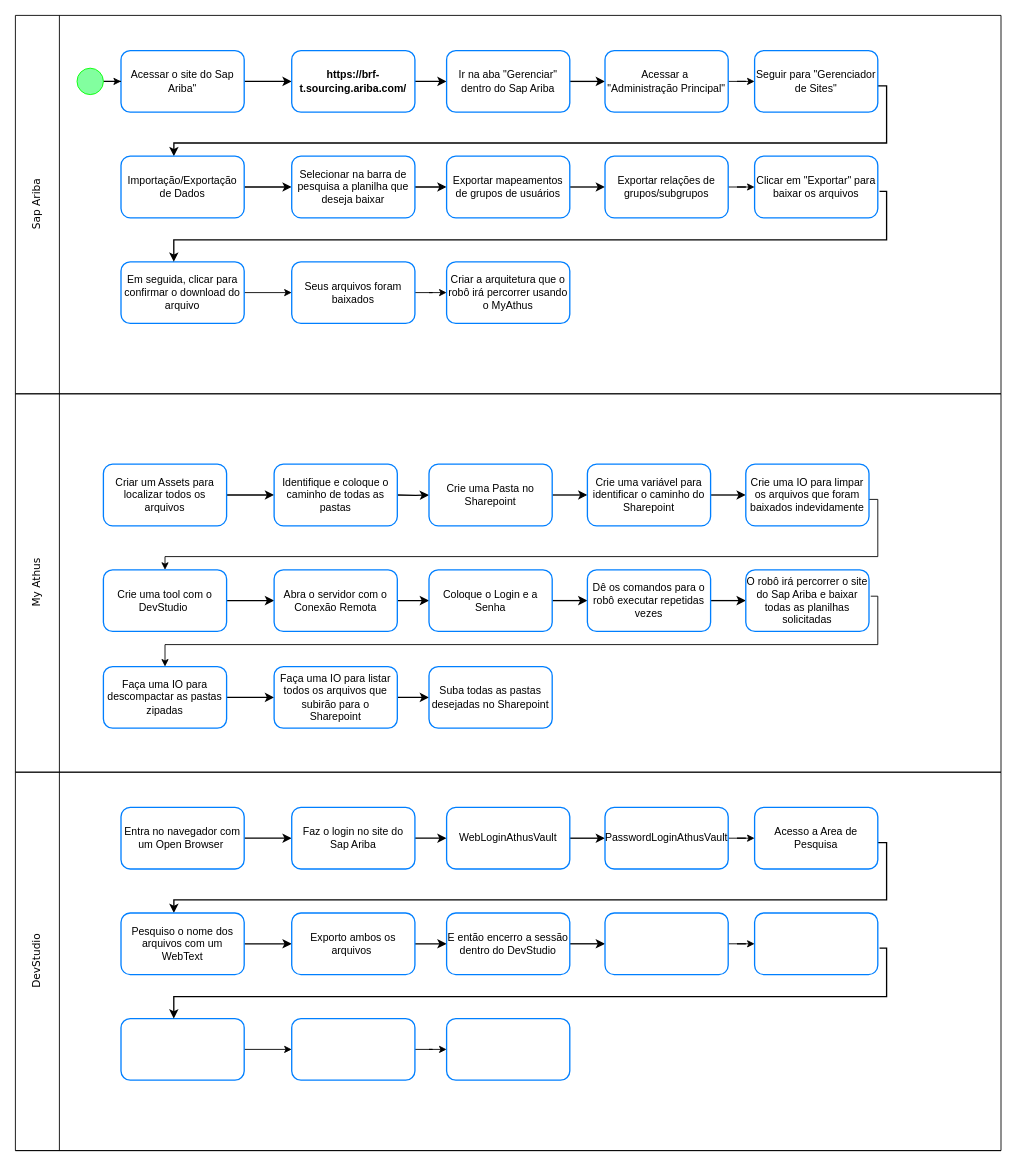
leopartika/Meus-Projetos keeps this draw.io diagram as Diagrama detalhado - RCT087.drawio. Above is the earlier version. Source tidied: cells renumbered, new cells numbered last; positions are measured from the earlier drawing's top-left corner, leaving out a move shared by most shapes. Both pictures are drawn from the tidied source at 88%, with x=0, y=0 at pixel (-3, 15).
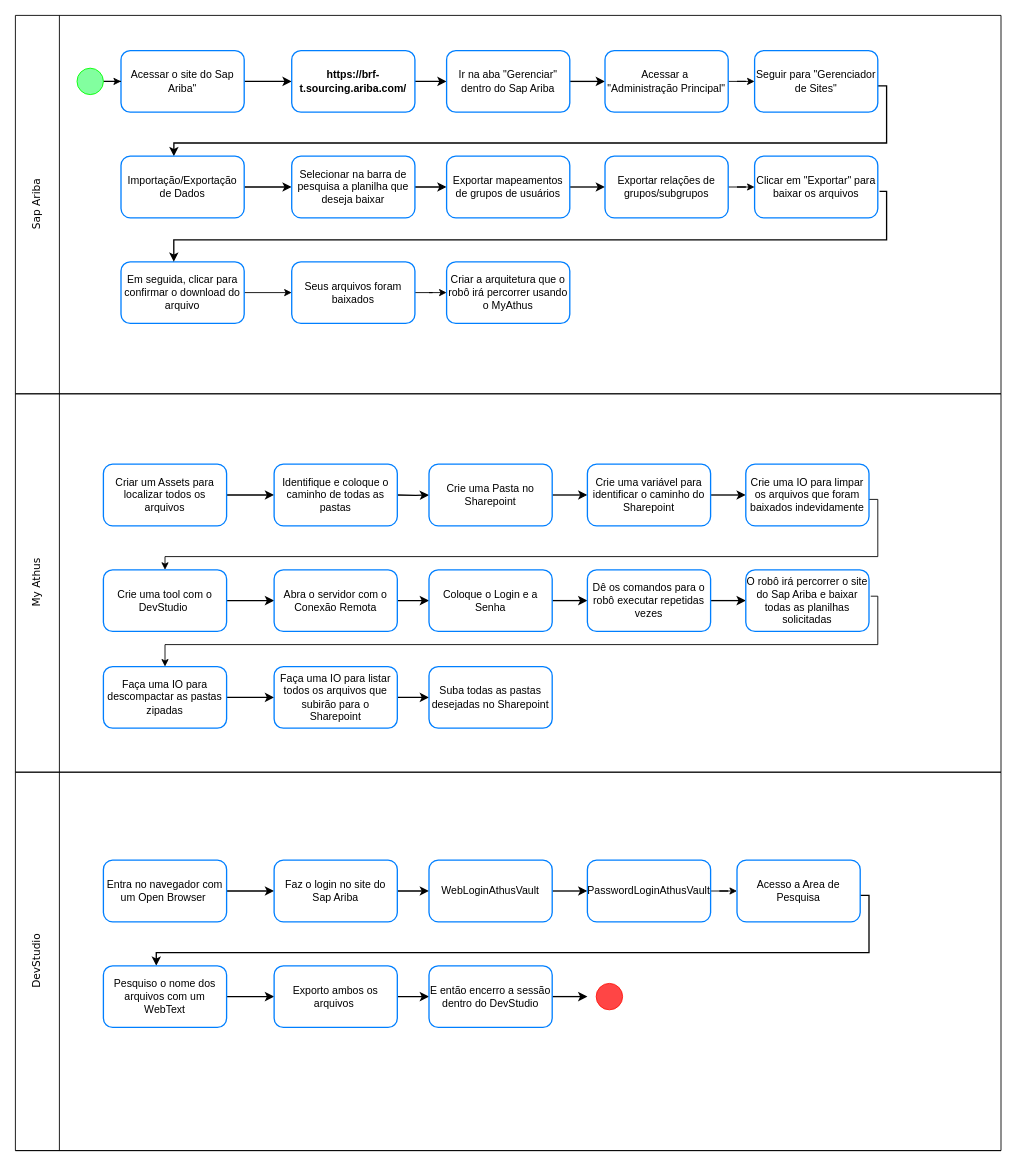
After the change.

Diff of the diagram source:
```diff
@@
     <mxCell id="67" value="Entra no navegador com um Open Browser&amp;nbsp;" style="rounded=1;whiteSpace=wrap;html=1;strokeColor=#007FFF;strokeWidth=1.5;" parent="1" vertex="1">
-      <mxGeometry x="140" y="900" width="140" height="70" as="geometry" />
+      <mxGeometry x="120" y="960" width="140" height="70" as="geometry" />
     </mxCell>
@@
     <mxCell id="69" value="Faz o login no site do Sap Ariba" style="rounded=1;whiteSpace=wrap;html=1;strokeColor=#007FFF;strokeWidth=1.5;" parent="1" vertex="1">
-      <mxGeometry x="334" y="900" width="140" height="70" as="geometry" />
+      <mxGeometry x="314" y="960" width="140" height="70" as="geometry" />
     </mxCell>
@@
     <mxCell id="71" value="WebLoginAthusVault" style="rounded=1;whiteSpace=wrap;html=1;strokeColor=#007FFF;strokeWidth=1.5;" parent="1" vertex="1">
-      <mxGeometry x="510" y="900" width="140" height="70" as="geometry" />
+      <mxGeometry x="490" y="960" width="140" height="70" as="geometry" />
     </mxCell>
@@
     <mxCell id="73" value="PasswordLoginAthusVault" style="rounded=1;whiteSpace=wrap;html=1;strokeColor=#007FFF;strokeWidth=1.5;" parent="1" vertex="1">
-      <mxGeometry x="690" y="900" width="140" height="70" as="geometry" />
+      <mxGeometry x="670" y="960" width="140" height="70" as="geometry" />
     </mxCell>
     <mxCell id="74" style="edgeStyle=orthogonalEdgeStyle;rounded=0;jettySize=auto;html=1;strokeWidth=1.5;entryX=0.429;entryY=0;entryDx=0;entryDy=0;entryPerimeter=0;" parent="1" edge="1" target="77">
       <mxGeometry relative="1" as="geometry">
-        <mxPoint x="982" y="920" as="sourcePoint" />
+        <mxPoint x="962" y="980" as="sourcePoint" />
         <Array as="points">
-          <mxPoint x="982" y="940" />
-          <mxPoint x="1010" y="940" />
-          <mxPoint x="1010" y="1005" />
-          <mxPoint x="200" y="1005" />
+          <mxPoint x="962" y="1000" />
+          <mxPoint x="990" y="1000" />
+          <mxPoint x="990" y="1065" />
+          <mxPoint x="180" y="1065" />
         </Array>
       </mxGeometry>
     </mxCell>
     <mxCell id="75" value="Acesso a Area de Pesquisa" style="rounded=1;whiteSpace=wrap;html=1;strokeColor=#007FFF;strokeWidth=1.5;" parent="1" vertex="1">
-      <mxGeometry x="860" y="900" width="140" height="70" as="geometry" />
+      <mxGeometry x="840" y="960" width="140" height="70" as="geometry" />
     </mxCell>
@@
     <mxCell id="77" value="Pesquiso o nome dos arquivos com um WebText" style="rounded=1;whiteSpace=wrap;html=1;strokeColor=#007FFF;strokeWidth=1.5;" parent="1" vertex="1">
-      <mxGeometry x="140" y="1020" width="140" height="70" as="geometry" />
+      <mxGeometry x="120" y="1080" width="140" height="70" as="geometry" />
     </mxCell>
@@
     <mxCell id="79" value="Exporto ambos os arquivos&amp;nbsp;" style="rounded=1;whiteSpace=wrap;html=1;strokeColor=#007FFF;strokeWidth=1.5;" parent="1" vertex="1">
-      <mxGeometry x="334" y="1020" width="140" height="70" as="geometry" />
+      <mxGeometry x="314" y="1080" width="140" height="70" as="geometry" />
     </mxCell>
-    <mxCell id="80" style="edgeStyle=orthogonalEdgeStyle;rounded=0;jettySize=auto;html=1;strokeColor=#000000;strokeWidth=1.5;" parent="1" edge="1" source="81" target="83">
-      <mxGeometry relative="1" as="geometry" />
+    <mxCell id="80" style="edgeStyle=orthogonalEdgeStyle;rounded=0;jettySize=auto;html=1;strokeColor=#000000;strokeWidth=1.5;" parent="1" edge="1" source="81">
+      <mxGeometry relative="1" as="geometry">
+        <mxPoint x="670" y="1115" as="targetPoint" />
+      </mxGeometry>
     </mxCell>
     <mxCell id="81" value="E então encerro a sessão dentro do DevStudio" style="rounded=1;whiteSpace=wrap;html=1;strokeColor=#007FFF;strokeWidth=1.5;" parent="1" vertex="1">
-      <mxGeometry x="510" y="1020" width="140" height="70" as="geometry" />
+      <mxGeometry x="490" y="1080" width="140" height="70" as="geometry" />
     </mxCell>
-    <mxCell id="82" style="edgeStyle=orthogonalEdgeStyle;rounded=0;jettySize=auto;html=1;" parent="1" edge="1" source="83" target="84">
-      <mxGeometry relative="1" as="geometry" />
-    </mxCell>
-    <mxCell id="83" style="rounded=1;whiteSpace=wrap;html=1;strokeColor=#007FFF;strokeWidth=1.5;" parent="1" vertex="1">
-      <mxGeometry x="690" y="1020" width="140" height="70" as="geometry" />
-    </mxCell>
-    <mxCell id="84" style="rounded=1;whiteSpace=wrap;html=1;strokeColor=#007FFF;strokeWidth=1.5;" parent="1" vertex="1">
-      <mxGeometry x="860" y="1020" width="140" height="70" as="geometry" />
-    </mxCell>
-    <mxCell id="85" style="edgeStyle=orthogonalEdgeStyle;rounded=0;jettySize=auto;html=1;" parent="1" edge="1" source="86" target="96">
-      <mxGeometry relative="1" as="geometry" />
-    </mxCell>
-    <mxCell id="86" style="rounded=1;whiteSpace=wrap;html=1;strokeColor=#007FFF;strokeWidth=1.5;" parent="1" vertex="1">
-      <mxGeometry x="140" y="1140" width="140" height="70" as="geometry" />
-    </mxCell>
-    <mxCell id="87" style="edgeStyle=orthogonalEdgeStyle;rounded=0;orthogonalLoop=1;jettySize=auto;html=1;strokeWidth=1.5;" parent="1" edge="1">
-      <mxGeometry relative="1" as="geometry">
-        <mxPoint x="1002" y="1060" as="sourcePoint" />
-        <mxPoint x="200" y="1140" as="targetPoint" />
-        <Array as="points">
-          <mxPoint x="1010" y="1060" />
-          <mxPoint x="1010" y="1115" />
-          <mxPoint x="200" y="1115" />
-        </Array>
-      </mxGeometry>
-    </mxCell>
@@
-    <mxCell id="95" style="edgeStyle=orthogonalEdgeStyle;rounded=0;jettySize=auto;html=1;" parent="1" edge="1" source="96" target="97">
-      <mxGeometry relative="1" as="geometry" />
-    </mxCell>
-    <mxCell id="96" style="rounded=1;whiteSpace=wrap;html=1;strokeColor=#007FFF;strokeWidth=1.5;" parent="1" vertex="1">
-      <mxGeometry x="334" y="1140" width="140" height="70" as="geometry" />
-    </mxCell>
-    <mxCell id="97" style="rounded=1;whiteSpace=wrap;html=1;strokeColor=#007FFF;strokeWidth=1.5;" parent="1" vertex="1">
-      <mxGeometry x="510" y="1140" width="140" height="70" as="geometry" />
-    </mxCell>
+    <mxCell id="98" style="ellipse;whiteSpace=wrap;html=1;fillColor=#FF4545;strokeColor=#FF150D;" parent="1" vertex="1">
+      <mxGeometry x="680" y="1100" width="30" height="30" as="geometry" />
+    </mxCell>
```
